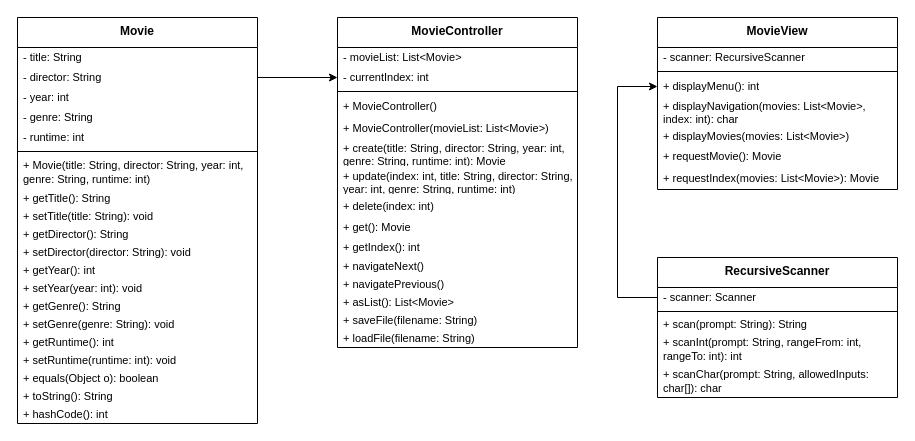
Above: assignments/hw6/uml.drawio in hanggrian/IIT-ITM510 (draw.io), before the change. Source tidied: cells renumbered, new cells numbered last; positions are measured from the earlier drawing's top-left corner, leaving out a move shared by most shapes. Both pictures are drawn from the tidied source at 100%, with x=0, y=0 at pixel (17, 17).
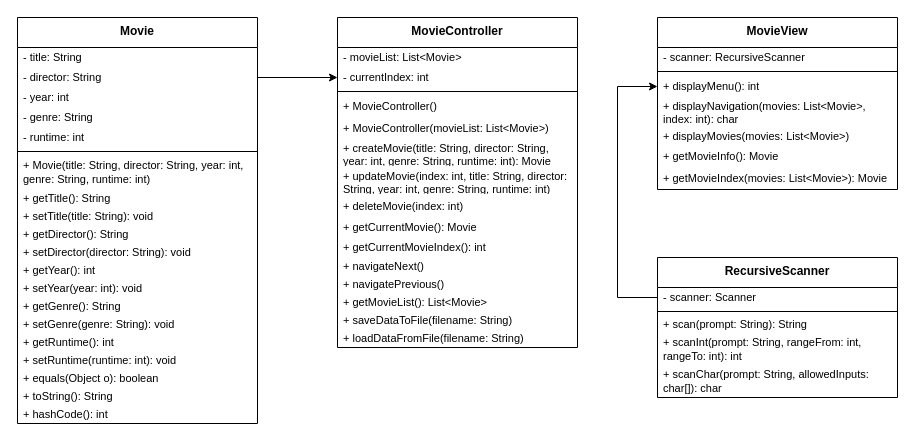
After the change.

Unchanged cells that the change refers to:
```xml
<mxCell id="29" value="MovieController" style="swimlane;fontStyle=1;align=center;verticalAlign=top;horizontal=1;startSize=30;whiteSpace=wrap;html=1;" parent="1" vertex="1">
  <mxGeometry x="320" width="240" height="330" as="geometry" />
</mxCell>
<mxCell id="45" value="MovieView" style="swimlane;fontStyle=1;align=center;verticalAlign=top;horizontal=1;startSize=30;whiteSpace=wrap;html=1;" parent="1" vertex="1">
  <mxGeometry x="640" width="240" height="172" as="geometry" />
</mxCell>
```

The edit, as a diff of the source:
```diff
@@
-    <mxCell id="35" value="+&amp;nbsp;create(title: String, director: String, year: int, genre: String, runtime: int&lt;span style=&quot;background-color: initial;&quot;&gt;): Movie&lt;/span&gt;" style="text;strokeColor=none;fillColor=none;align=left;verticalAlign=middle;spacingLeft=4;spacingRight=4;overflow=hidden;whiteSpace=wrap;html=1;fontSize=11;" parent="29" vertex="1">
+    <mxCell id="35" value="+&amp;nbsp;createMovie(title: String, director: String, year: int, genre: String, runtime: int&lt;span style=&quot;background-color: initial;&quot;&gt;): Movie&lt;/span&gt;" style="text;strokeColor=none;fillColor=none;align=left;verticalAlign=middle;spacingLeft=4;spacingRight=4;overflow=hidden;whiteSpace=wrap;html=1;fontSize=11;" parent="29" vertex="1">
       <mxGeometry y="122" width="240" height="28" as="geometry" />
     </mxCell>
-    <mxCell id="36" value="+&amp;nbsp;update(index: int, title: String, director: String, year: int, genre: String, runtime: int&lt;span style=&quot;background-color: initial;&quot;&gt;)&lt;br&gt;&lt;/span&gt;" style="text;strokeColor=none;fillColor=none;align=left;verticalAlign=middle;spacingLeft=4;spacingRight=4;overflow=hidden;whiteSpace=wrap;html=1;fontSize=11;" parent="29" vertex="1">
+    <mxCell id="36" value="+&amp;nbsp;updateMovie(index: int, title: String, director: String, year: int, genre: String, runtime: int&lt;span style=&quot;background-color: initial;&quot;&gt;)&lt;br&gt;&lt;/span&gt;" style="text;strokeColor=none;fillColor=none;align=left;verticalAlign=middle;spacingLeft=4;spacingRight=4;overflow=hidden;whiteSpace=wrap;html=1;fontSize=11;" parent="29" vertex="1">
       <mxGeometry y="150" width="240" height="28" as="geometry" />
     </mxCell>
-    <mxCell id="37" value="+&amp;nbsp;delete(index: int&lt;span style=&quot;background-color: initial;&quot;&gt;)&lt;/span&gt;" style="text;strokeColor=none;fillColor=none;align=left;verticalAlign=middle;spacingLeft=4;spacingRight=4;overflow=hidden;whiteSpace=wrap;html=1;fontSize=11;" parent="29" vertex="1">
+    <mxCell id="37" value="+&amp;nbsp;deleteMovie(index: int&lt;span style=&quot;background-color: initial;&quot;&gt;)&lt;/span&gt;" style="text;strokeColor=none;fillColor=none;align=left;verticalAlign=middle;spacingLeft=4;spacingRight=4;overflow=hidden;whiteSpace=wrap;html=1;fontSize=11;" parent="29" vertex="1">
       <mxGeometry y="178" width="240" height="22" as="geometry" />
     </mxCell>
-    <mxCell id="38" value="+&amp;nbsp;get(&lt;span style=&quot;background-color: initial;&quot;&gt;): Movie&lt;/span&gt;" style="text;strokeColor=none;fillColor=none;align=left;verticalAlign=middle;spacingLeft=4;spacingRight=4;overflow=hidden;whiteSpace=wrap;html=1;fontSize=11;" parent="29" vertex="1">
+    <mxCell id="38" value="+&amp;nbsp;getCurrentMovie(&lt;span style=&quot;background-color: initial;&quot;&gt;): Movie&lt;/span&gt;" style="text;strokeColor=none;fillColor=none;align=left;verticalAlign=middle;spacingLeft=4;spacingRight=4;overflow=hidden;whiteSpace=wrap;html=1;fontSize=11;" parent="29" vertex="1">
       <mxGeometry y="200" width="240" height="20" as="geometry" />
     </mxCell>
-    <mxCell id="39" value="+&amp;nbsp;getIndex(&lt;span style=&quot;background-color: initial;&quot;&gt;): int&lt;/span&gt;" style="text;strokeColor=none;fillColor=none;align=left;verticalAlign=middle;spacingLeft=4;spacingRight=4;overflow=hidden;whiteSpace=wrap;html=1;fontSize=11;" parent="29" vertex="1">
+    <mxCell id="39" value="+ getCurrentMovieIndex(&lt;span style=&quot;background-color: initial;&quot;&gt;): int&lt;/span&gt;" style="text;strokeColor=none;fillColor=none;align=left;verticalAlign=middle;spacingLeft=4;spacingRight=4;overflow=hidden;whiteSpace=wrap;html=1;fontSize=11;" parent="29" vertex="1">
       <mxGeometry y="220" width="240" height="20" as="geometry" />
     </mxCell>
@@
-    <mxCell id="42" value="+&amp;nbsp;asList(&lt;span style=&quot;background-color: initial;&quot;&gt;): List&amp;lt;Movie&amp;gt;&lt;/span&gt;" style="text;strokeColor=none;fillColor=none;align=left;verticalAlign=middle;spacingLeft=4;spacingRight=4;overflow=hidden;whiteSpace=wrap;html=1;fontSize=11;" parent="29" vertex="1">
+    <mxCell id="42" value="+&amp;nbsp;getMovieList&lt;span style=&quot;background-color: initial;&quot;&gt;(&lt;/span&gt;&lt;span style=&quot;background-color: initial;&quot;&gt;): List&amp;lt;Movie&amp;gt;&lt;/span&gt;" style="text;strokeColor=none;fillColor=none;align=left;verticalAlign=middle;spacingLeft=4;spacingRight=4;overflow=hidden;whiteSpace=wrap;html=1;fontSize=11;" parent="29" vertex="1">
       <mxGeometry y="276" width="240" height="18" as="geometry" />
     </mxCell>
-    <mxCell id="43" value="+&amp;nbsp;saveFile(filename: String)" style="text;strokeColor=none;fillColor=none;align=left;verticalAlign=middle;spacingLeft=4;spacingRight=4;overflow=hidden;whiteSpace=wrap;html=1;fontSize=11;" parent="29" vertex="1">
+    <mxCell id="43" value="+&amp;nbsp;saveDataToFile&lt;span style=&quot;background-color: initial;&quot;&gt;(filename: String)&lt;/span&gt;" style="text;strokeColor=none;fillColor=none;align=left;verticalAlign=middle;spacingLeft=4;spacingRight=4;overflow=hidden;whiteSpace=wrap;html=1;fontSize=11;" parent="29" vertex="1">
       <mxGeometry y="294" width="240" height="18" as="geometry" />
     </mxCell>
-    <mxCell id="44" value="+&amp;nbsp;loadFile(filename: String)" style="text;strokeColor=none;fillColor=none;align=left;verticalAlign=middle;spacingLeft=4;spacingRight=4;overflow=hidden;whiteSpace=wrap;html=1;fontSize=11;" parent="29" vertex="1">
+    <mxCell id="44" value="+&amp;nbsp;loadDataFromFile&lt;span style=&quot;background-color: initial;&quot;&gt;(filename: String)&lt;/span&gt;" style="text;strokeColor=none;fillColor=none;align=left;verticalAlign=middle;spacingLeft=4;spacingRight=4;overflow=hidden;whiteSpace=wrap;html=1;fontSize=11;" parent="29" vertex="1">
       <mxGeometry y="312" width="240" height="18" as="geometry" />
     </mxCell>
@@
-    <mxCell id="51" value="+&amp;nbsp;requestMovie(&lt;span style=&quot;background-color: initial;&quot;&gt;): Movie&lt;/span&gt;" style="text;strokeColor=none;fillColor=none;align=left;verticalAlign=middle;spacingLeft=4;spacingRight=4;overflow=hidden;whiteSpace=wrap;html=1;fontSize=11;" parent="45" vertex="1">
+    <mxCell id="51" value="+&amp;nbsp;getMovieInfo(&lt;span style=&quot;background-color: initial;&quot;&gt;): Movie&lt;/span&gt;" style="text;strokeColor=none;fillColor=none;align=left;verticalAlign=middle;spacingLeft=4;spacingRight=4;overflow=hidden;whiteSpace=wrap;html=1;fontSize=11;" parent="45" vertex="1">
       <mxGeometry y="128" width="240" height="22" as="geometry" />
     </mxCell>
-    <mxCell id="52" value="+&amp;nbsp;requestIndex(movies: List&amp;lt;Movie&amp;gt;&lt;span style=&quot;background-color: initial;&quot;&gt;): Movie&lt;/span&gt;" style="text;strokeColor=none;fillColor=none;align=left;verticalAlign=middle;spacingLeft=4;spacingRight=4;overflow=hidden;whiteSpace=wrap;html=1;fontSize=11;" parent="45" vertex="1">
+    <mxCell id="52" value="+&amp;nbsp;getMovieIndex(movies: List&amp;lt;Movie&amp;gt;&lt;span style=&quot;background-color: initial;&quot;&gt;): Movie&lt;/span&gt;" style="text;strokeColor=none;fillColor=none;align=left;verticalAlign=middle;spacingLeft=4;spacingRight=4;overflow=hidden;whiteSpace=wrap;html=1;fontSize=11;" parent="45" vertex="1">
       <mxGeometry y="150" width="240" height="22" as="geometry" />
     </mxCell>
```
